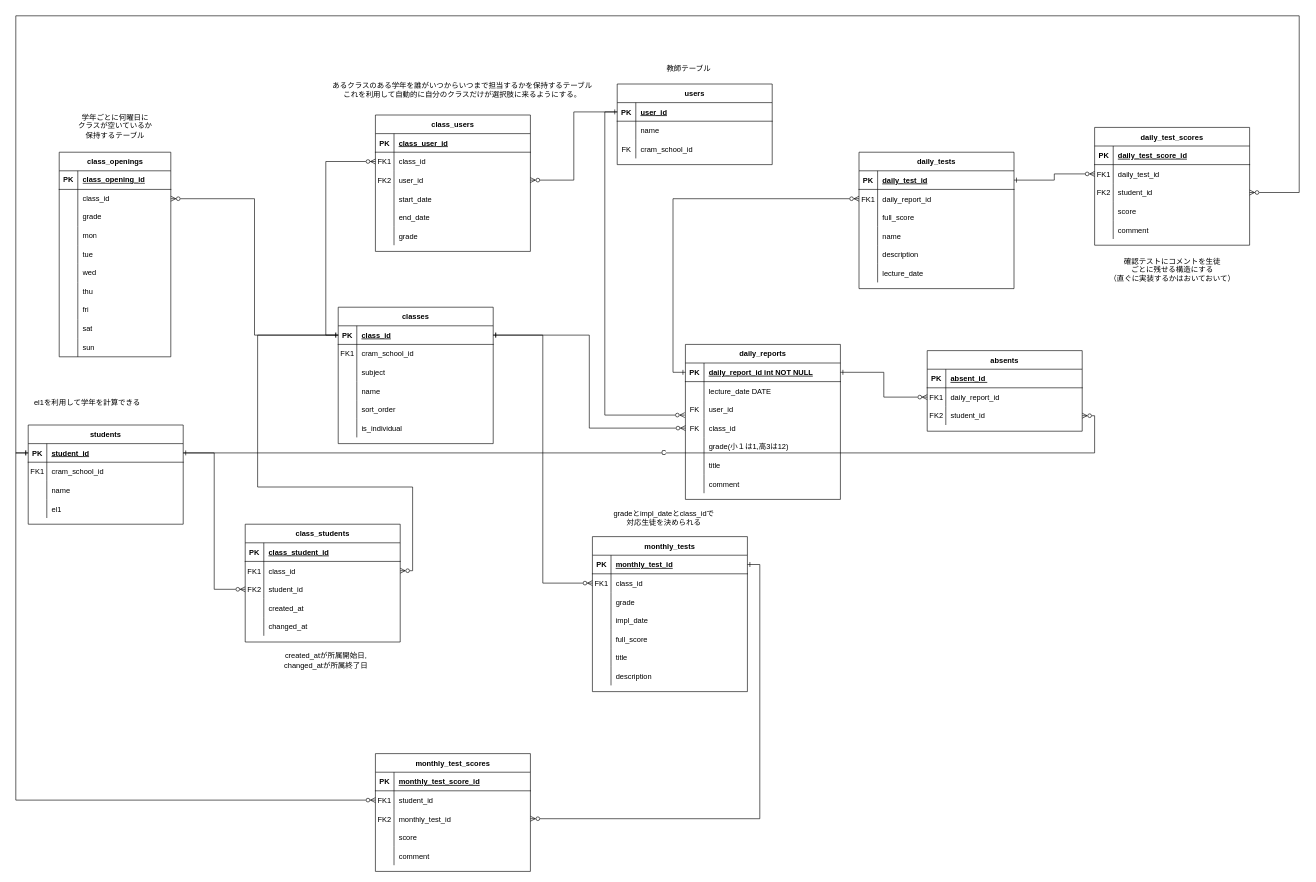
The draw.io diagram daily_report_ER_diagram.drawio in satoru817/4eachkeijiban, before the edit. Source tidied: cells renumbered, new cells numbered last; positions are measured from the earlier drawing's top-left corner, leaving out a move shared by most shapes. Both pictures are drawn from the tidied source at 62%, with x=0, y=0 at pixel (16, 16).
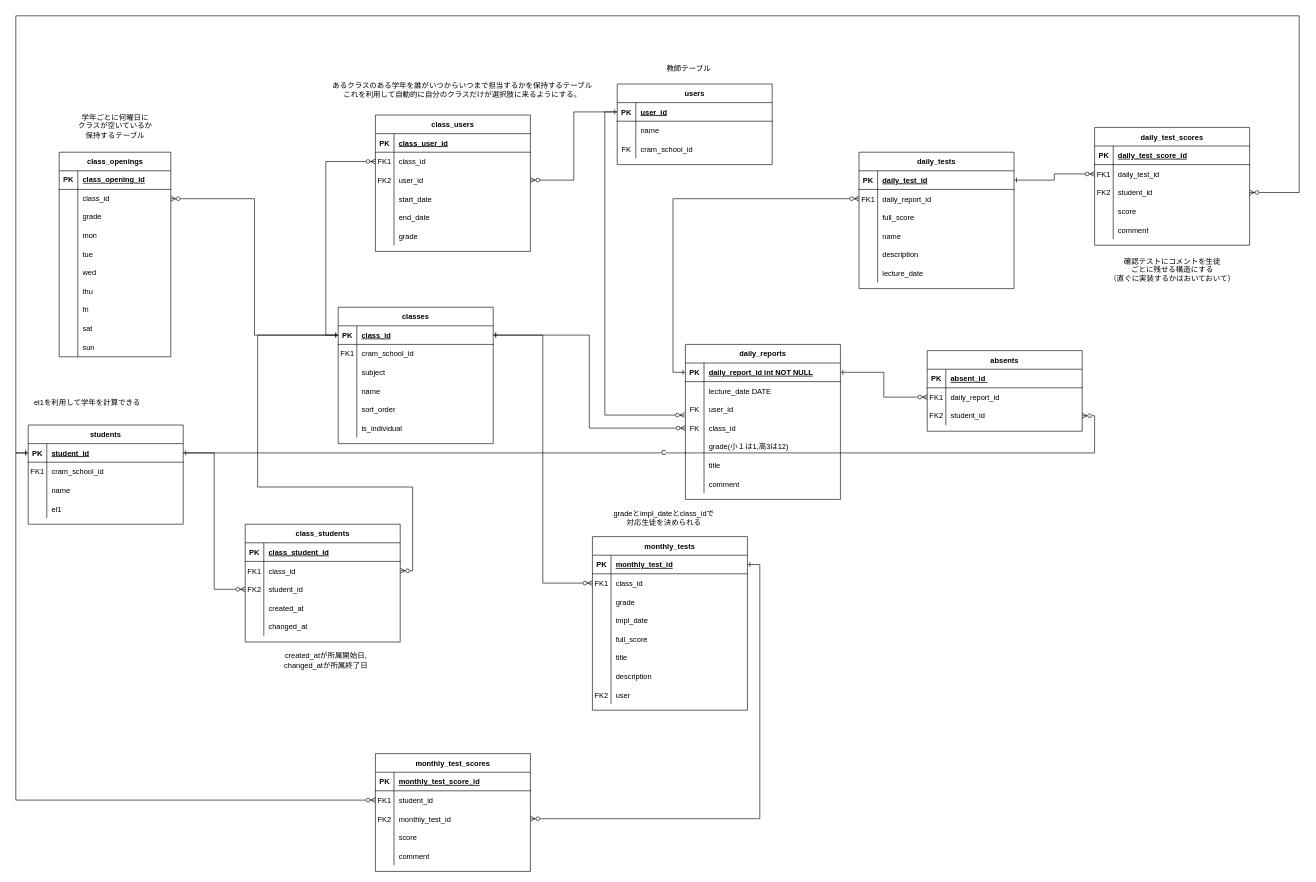
The same diagram, later.

Commit message:
daily_report_ER_diagram.drawio を更新します

Unchanged cells that the change refers to:
```xml
<mxCell id="179" style="shape=partialRectangle;fillColor=none;top=0;left=0;right=0;bottom=0;" parent="160" vertex="1">
  <mxGeometry y="210" width="250" height="30" as="geometry" />
</mxCell>
```

The edit, as a diff of the source:
```diff
@@
     <mxCell id="160" value="monthly_tests" style="shape=table;startSize=30;childLayout=tableLayout;rowLines=0;fontStyle=1;align=center;" parent="1" vertex="1">
-      <mxGeometry x="930" y="840" width="250" height="250" as="geometry" />
+      <mxGeometry x="930" y="840" width="250" height="280" as="geometry" />
     </mxCell>
@@
-    <mxCell id="180" style="shape=partialRectangle;overflow=hidden;fillColor=none;top=0;left=0;bottom=0;right=0;" parent="179" vertex="1">
+    <mxCell id="180" value="&#10;" style="shape=partialRectangle;overflow=hidden;fillColor=none;top=0;left=0;bottom=0;right=0;" parent="179" vertex="1">
       <mxGeometry width="30" height="30" as="geometry" />
     </mxCell>
@@
+    <mxCell id="237" style="shape=partialRectangle;fillColor=none;top=0;left=0;right=0;bottom=0;" parent="160" vertex="1">
+      <mxGeometry y="240" width="250" height="30" as="geometry" />
+    </mxCell>
+    <mxCell id="238" value="FK2" style="shape=partialRectangle;overflow=hidden;fillColor=none;top=0;left=0;bottom=0;right=0;" parent="237" vertex="1">
+      <mxGeometry width="30" height="30" as="geometry" />
+    </mxCell>
+    <mxCell id="239" value="user" style="shape=partialRectangle;overflow=hidden;fillColor=none;top=0;left=0;bottom=0;right=0;align=left;spacingLeft=6;" parent="237" vertex="1">
+      <mxGeometry x="30" width="220" height="30" as="geometry" />
+    </mxCell>
```
